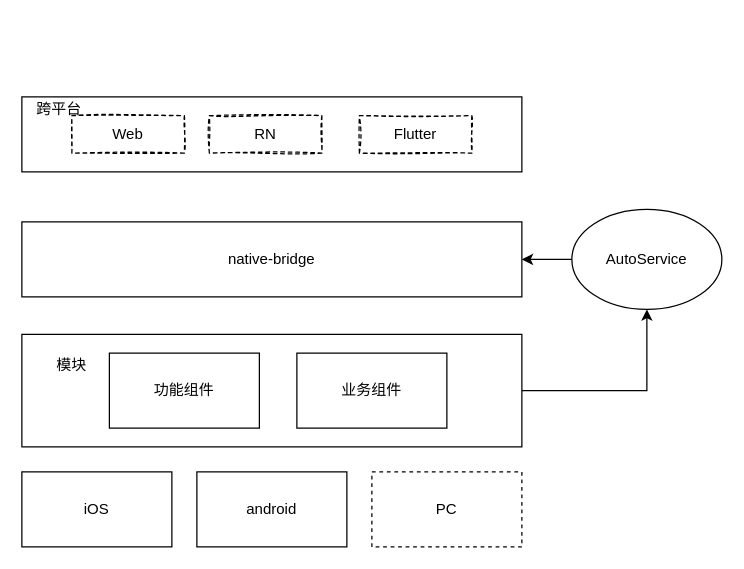
Before: native-bridge.drawio in Dcell/drawio, a draw.io diagram. Source tidied: cells renumbered, new cells numbered last; positions are measured from the earlier drawing's top-left corner, leaving out a move shared by most shapes. Both pictures are drawn from the tidied source at 125%, with x=0, y=0 at pixel (21, 96).
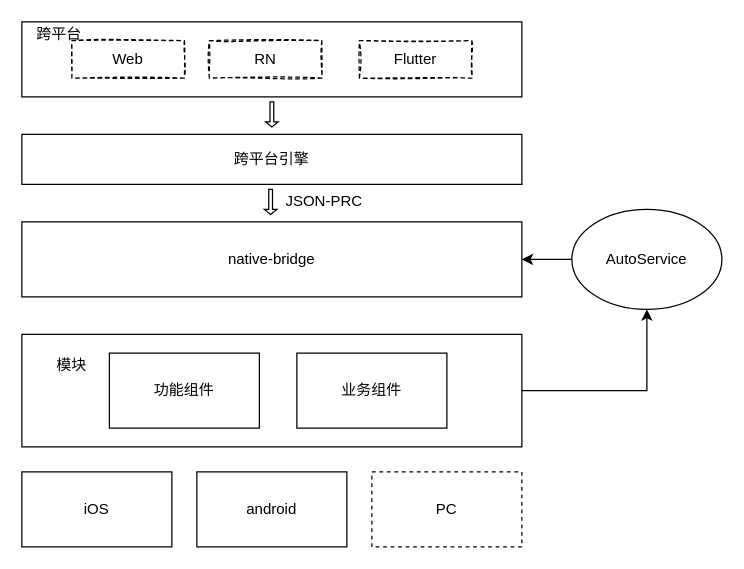
Above is the later version.

What changed in the source:
```diff
@@
     <mxCell id="9" style="rounded=0;whiteSpace=wrap;html=1;fillColor=none;" parent="1" vertex="1">
-      <mxGeometry width="400" height="60" as="geometry" />
+      <mxGeometry y="-60" width="400" height="60" as="geometry" />
     </mxCell>
@@
     <mxCell id="14" value="Web" style="rounded=0;whiteSpace=wrap;html=1;shadow=0;glass=0;dashed=1;sketch=1;strokeColor=default;fillColor=none;gradientColor=#ffffff;gradientDirection=north;" parent="1" vertex="1">
-      <mxGeometry x="40" y="15" width="90" height="30" as="geometry" />
+      <mxGeometry x="40" y="-45" width="90" height="30" as="geometry" />
     </mxCell>
     <mxCell id="15" value="RN" style="rounded=0;whiteSpace=wrap;html=1;shadow=0;glass=0;dashed=1;sketch=1;strokeColor=default;fillColor=none;gradientColor=#ffffff;gradientDirection=north;" parent="1" vertex="1">
-      <mxGeometry x="150" y="15" width="90" height="30" as="geometry" />
+      <mxGeometry x="150" y="-45" width="90" height="30" as="geometry" />
     </mxCell>
     <mxCell id="16" value="Flutter" style="rounded=0;whiteSpace=wrap;html=1;shadow=0;glass=0;dashed=1;sketch=1;strokeColor=default;fillColor=none;gradientColor=#ffffff;gradientDirection=north;" parent="1" vertex="1">
-      <mxGeometry x="270" y="15" width="90" height="30" as="geometry" />
+      <mxGeometry x="270" y="-45" width="90" height="30" as="geometry" />
     </mxCell>
     <mxCell id="17" value="跨平台" style="text;html=1;strokeColor=none;fillColor=none;align=center;verticalAlign=middle;whiteSpace=wrap;rounded=0;shadow=0;glass=0;dashed=1;sketch=1;" parent="1" vertex="1">
-      <mxGeometry width="60" height="20" as="geometry" />
+      <mxGeometry y="-60" width="60" height="20" as="geometry" />
     </mxCell>
+    <mxCell id="18" value="跨平台引擎" style="rounded=0;whiteSpace=wrap;html=1;shadow=0;glass=0;sketch=0;strokeColor=default;fillColor=none;gradientColor=#ffffff;gradientDirection=north;" parent="1" vertex="1">
+      <mxGeometry y="30" width="400" height="40" as="geometry" />
+    </mxCell>
+    <mxCell id="19" style="shape=singleArrow;direction=south;whiteSpace=wrap;html=1;shadow=0;glass=0;sketch=0;strokeColor=default;fillColor=none;gradientColor=#ffffff;gradientDirection=north;" parent="1" vertex="1">
+      <mxGeometry x="195" y="4" width="10" height="20" as="geometry" />
+    </mxCell>
+    <mxCell id="20" style="shape=singleArrow;direction=south;whiteSpace=wrap;html=1;shadow=0;glass=0;sketch=0;strokeColor=default;fillColor=none;gradientColor=#ffffff;gradientDirection=north;" parent="1" vertex="1">
+      <mxGeometry x="194" y="74" width="10" height="20" as="geometry" />
+    </mxCell>
+    <mxCell id="21" value="JSON-PRC" style="text;html=1;strokeColor=none;fillColor=none;align=center;verticalAlign=middle;whiteSpace=wrap;rounded=0;shadow=0;glass=0;sketch=0;" parent="1" vertex="1">
+      <mxGeometry x="204" y="78" width="76" height="12" as="geometry" />
+    </mxCell>
```
